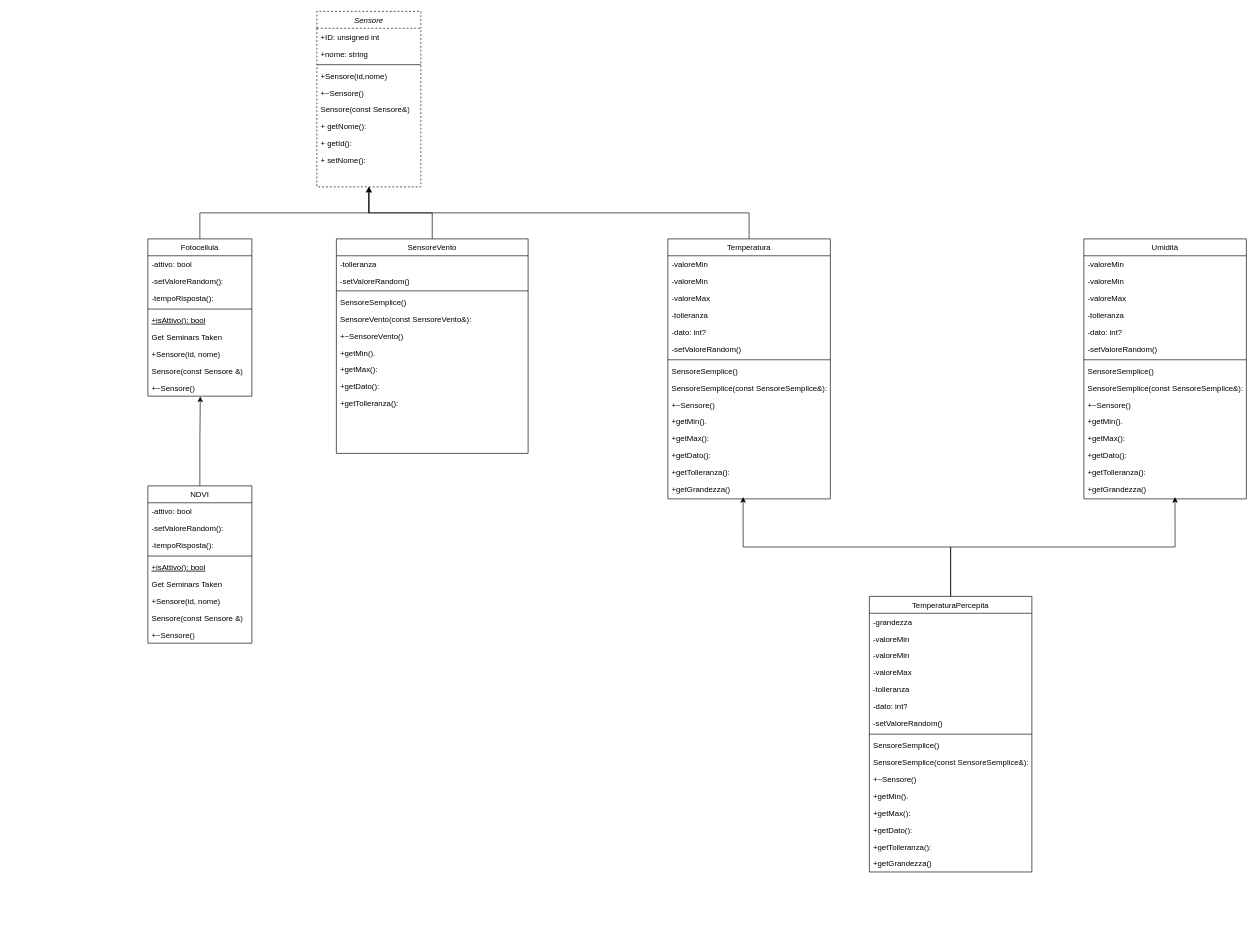
The draw.io diagram Pao2024lo.drawio in matteoumatche/PAO2024, before the edit. Source tidied: cells renumbered, new cells numbered last; positions are measured from the earlier drawing's top-left corner, leaving out a move shared by most shapes. Both pictures are drawn from the tidied source at 65%, with x=0, y=0 at pixel (148, 11).
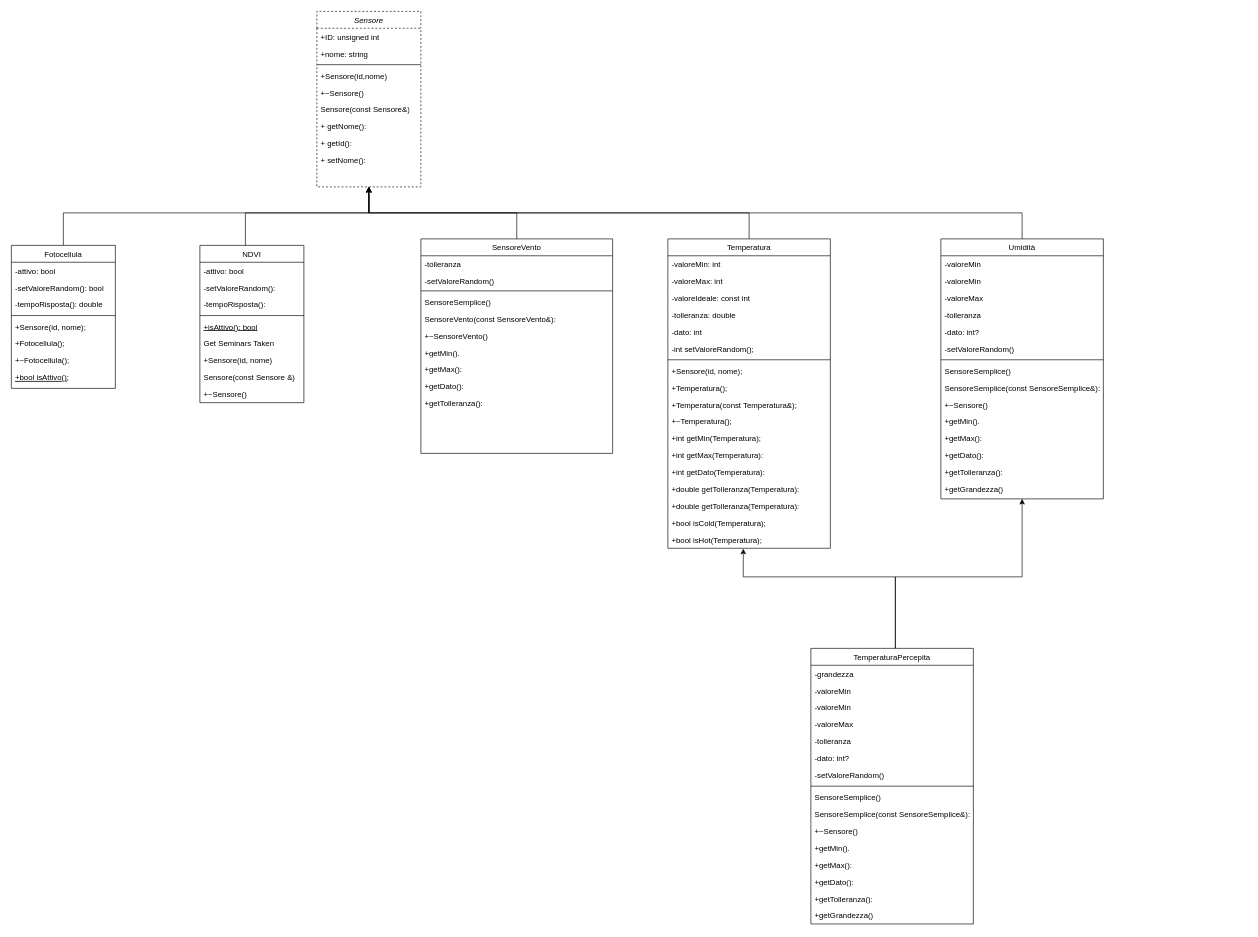
After the change.

The change refers to these unchanged cells:
```xml
<mxCell id="2" value="Sensore" style="swimlane;fontStyle=2;align=center;verticalAlign=top;horizontal=1;startSize=26;rounded=0;shadow=0;strokeWidth=1;dashed=1;" parent="1" vertex="1">
  <mxGeometry x="260" width="160" height="270" as="geometry" />
</mxCell>
<mxCell id="67" value="+getGrandezza()" style="text;strokeColor=none;fillColor=none;align=left;verticalAlign=top;spacingLeft=4;spacingRight=4;overflow=hidden;points=[[0,0.5],[1,0.5]];portConstraint=eastwest;whiteSpace=wrap;html=1;" parent="52" vertex="1">
  <mxGeometry y="372" width="250" height="26" as="geometry" />
</mxCell>
```

Diff of the diagram source:
```diff
@@
     <mxCell id="12" style="edgeStyle=orthogonalEdgeStyle;rounded=0;jettySize=auto;html=1;entryX=0.5;entryY=1;entryDx=0;entryDy=0;" parent="1" edge="1" source="13" target="2">
       <mxGeometry relative="1" as="geometry">
         <Array as="points">
-          <mxPoint x="80" y="310" />
+          <mxPoint x="-130" y="310" />
           <mxPoint x="340" y="310" />
         </Array>
       </mxGeometry>
     </mxCell>
     <mxCell id="13" value="Fotocellula" style="swimlane;fontStyle=0;align=center;verticalAlign=top;horizontal=1;startSize=26;rounded=0;shadow=0;strokeWidth=1;" parent="1" vertex="1">
-      <mxGeometry y="350" width="160" height="242" as="geometry" />
+      <mxGeometry x="-210" y="360" width="160" height="220" as="geometry" />
     </mxCell>
@@
-    <mxCell id="15" value="-setValoreRandom():" style="text;align=left;verticalAlign=top;spacingLeft=4;spacingRight=4;overflow=hidden;rounded=0;shadow=0;html=0;" parent="13" vertex="1">
+    <mxCell id="15" value="-setValoreRandom(): bool" style="text;align=left;verticalAlign=top;spacingLeft=4;spacingRight=4;overflow=hidden;rounded=0;shadow=0;html=0;" parent="13" vertex="1">
       <mxGeometry y="52" width="160" height="26" as="geometry" />
     </mxCell>
-    <mxCell id="16" value="-tempoRisposta():" style="text;align=left;verticalAlign=top;spacingLeft=4;spacingRight=4;overflow=hidden;rounded=0;shadow=0;html=0;" parent="13" vertex="1">
+    <mxCell id="16" value="-tempoRisposta(): double" style="text;align=left;verticalAlign=top;spacingLeft=4;spacingRight=4;overflow=hidden;rounded=0;shadow=0;html=0;" parent="13" vertex="1">
       <mxGeometry y="78" width="160" height="26" as="geometry" />
     </mxCell>
@@
+    <mxCell id="20" value="+Sensore(id, nome);" style="text;align=left;verticalAlign=top;spacingLeft=4;spacingRight=4;overflow=hidden;" parent="13" vertex="1">
+      <mxGeometry y="112" width="160" height="26" as="geometry" />
+    </mxCell>
+    <mxCell id="98" value="+Fotocellula();" style="text;align=left;verticalAlign=top;spacingLeft=4;spacingRight=4;overflow=hidden;" parent="13" vertex="1">
+      <mxGeometry y="138" width="160" height="26" as="geometry" />
+    </mxCell>
+    <mxCell id="99" value="+~Fotocellula();" style="text;align=left;verticalAlign=top;spacingLeft=4;spacingRight=4;overflow=hidden;" parent="13" vertex="1">
+      <mxGeometry y="164" width="160" height="26" as="geometry" />
+    </mxCell>
-    <mxCell id="18" value="+isAttivo(): bool" style="text;align=left;verticalAlign=top;spacingLeft=4;spacingRight=4;overflow=hidden;fontStyle=4;" parent="13" vertex="1">
-      <mxGeometry y="112" width="160" height="26" as="geometry" />
+    <mxCell id="18" value="+bool isAttivo();" style="text;align=left;verticalAlign=top;spacingLeft=4;spacingRight=4;overflow=hidden;fontStyle=4;" parent="13" vertex="1">
+      <mxGeometry y="190" width="160" height="26" as="geometry" />
     </mxCell>
-    <mxCell id="19" value="Get Seminars Taken" style="text;align=left;verticalAlign=top;spacingLeft=4;spacingRight=4;overflow=hidden;" parent="13" vertex="1">
-      <mxGeometry y="138" width="160" height="26" as="geometry" />
-    </mxCell>
-    <mxCell id="20" value="+Sensore(id, nome)" style="text;align=left;verticalAlign=top;spacingLeft=4;spacingRight=4;overflow=hidden;" parent="13" vertex="1">
-      <mxGeometry y="164" width="160" height="26" as="geometry" />
-    </mxCell>
-    <mxCell id="21" value="Sensore(const Sensore &amp;amp;)" style="text;strokeColor=none;fillColor=none;align=left;verticalAlign=top;spacingLeft=4;spacingRight=4;overflow=hidden;whiteSpace=wrap;html=1;" parent="13" vertex="1">
-      <mxGeometry y="190" width="160" height="26" as="geometry" />
-    </mxCell>
-    <mxCell id="22" value="+~Sensore()" style="text;align=left;verticalAlign=top;spacingLeft=4;spacingRight=4;overflow=hidden;points=[[0,0.5],[1,0.5]];portConstraint=eastwest;" parent="13" vertex="1">
-      <mxGeometry y="216" width="160" height="26" as="geometry" />
-    </mxCell>
@@
     <mxCell id="25" value="SensoreVento" style="swimlane;fontStyle=0;align=center;verticalAlign=top;horizontal=1;startSize=26;rounded=0;shadow=0;strokeWidth=1;" parent="1" vertex="1">
-      <mxGeometry x="290" y="350" width="295" height="330" as="geometry" />
+      <mxGeometry x="420" y="350" width="295" height="330" as="geometry" />
     </mxCell>
@@
     <mxCell id="36" value="Temperatura" style="swimlane;fontStyle=0;align=center;verticalAlign=top;horizontal=1;startSize=26;rounded=0;shadow=0;strokeWidth=1;" parent="1" vertex="1">
-      <mxGeometry x="800" y="350" width="250" height="400" as="geometry" />
+      <mxGeometry x="800" y="350" width="250" height="476" as="geometry" />
     </mxCell>
-    <mxCell id="37" value="-valoreMin" style="text;align=left;verticalAlign=top;spacingLeft=4;spacingRight=4;overflow=hidden;rounded=0;shadow=0;html=0;" parent="36" vertex="1">
+    <mxCell id="37" value="-valoreMin: int" style="text;align=left;verticalAlign=top;spacingLeft=4;spacingRight=4;overflow=hidden;rounded=0;shadow=0;html=0;" parent="36" vertex="1">
       <mxGeometry y="26" width="250" height="26" as="geometry" />
     </mxCell>
-    <mxCell id="38" value="-valoreMin" style="text;align=left;verticalAlign=top;spacingLeft=4;spacingRight=4;overflow=hidden;rounded=0;shadow=0;html=0;" parent="36" vertex="1">
-      <mxGeometry y="52" width="250" height="26" as="geometry" />
-    </mxCell>
-    <mxCell id="39" value="-valoreMax" style="text;align=left;verticalAlign=top;spacingLeft=4;spacingRight=4;overflow=hidden;rounded=0;shadow=0;html=0;" parent="36" vertex="1">
-      <mxGeometry y="78" width="250" height="26" as="geometry" />
+    <mxCell id="39" value="-valoreMax: int" style="text;align=left;verticalAlign=top;spacingLeft=4;spacingRight=4;overflow=hidden;rounded=0;shadow=0;html=0;" parent="36" vertex="1">
+      <mxGeometry y="52" width="250" height="26" as="geometry" />
     </mxCell>
+    <mxCell id="100" value="-valoreIdeale: const int" style="text;align=left;verticalAlign=top;spacingLeft=4;spacingRight=4;overflow=hidden;rounded=0;shadow=0;html=0;" parent="36" vertex="1">
+      <mxGeometry y="78" width="250" height="26" as="geometry" />
+    </mxCell>
-    <mxCell id="40" value="-tolleranza" style="text;align=left;verticalAlign=top;spacingLeft=4;spacingRight=4;overflow=hidden;rounded=0;shadow=0;html=0;" parent="36" vertex="1">
+    <mxCell id="40" value="-tolleranza: double" style="text;align=left;verticalAlign=top;spacingLeft=4;spacingRight=4;overflow=hidden;rounded=0;shadow=0;html=0;" parent="36" vertex="1">
       <mxGeometry y="104" width="250" height="26" as="geometry" />
     </mxCell>
-    <mxCell id="41" value="-dato: int?" style="text;strokeColor=none;fillColor=none;align=left;verticalAlign=top;spacingLeft=4;spacingRight=4;overflow=hidden;whiteSpace=wrap;html=1;" parent="36" vertex="1">
+    <mxCell id="41" value="-dato: int" style="text;strokeColor=none;fillColor=none;align=left;verticalAlign=top;spacingLeft=4;spacingRight=4;overflow=hidden;whiteSpace=wrap;html=1;" parent="36" vertex="1">
       <mxGeometry y="130" width="250" height="26" as="geometry" />
     </mxCell>
-    <mxCell id="42" value="-setValoreRandom()" style="text;align=left;verticalAlign=top;spacingLeft=4;spacingRight=4;overflow=hidden;rounded=0;shadow=0;html=0;" parent="36" vertex="1">
+    <mxCell id="42" value="-int setValoreRandom();" style="text;align=left;verticalAlign=top;spacingLeft=4;spacingRight=4;overflow=hidden;rounded=0;shadow=0;html=0;" parent="36" vertex="1">
       <mxGeometry y="156" width="250" height="26" as="geometry" />
     </mxCell>
@@
-    <mxCell id="44" value="SensoreSemplice()" style="text;align=left;verticalAlign=top;spacingLeft=4;spacingRight=4;overflow=hidden;" parent="36" vertex="1">
-      <mxGeometry y="190" width="250" height="26" as="geometry" />
-    </mxCell>
+    <mxCell id="101" value="+Sensore(id, nome);" style="text;align=left;verticalAlign=top;spacingLeft=4;spacingRight=4;overflow=hidden;" parent="36" vertex="1">
+      <mxGeometry y="190" width="250" height="26" as="geometry" />
+    </mxCell>
+    <mxCell id="102" value="+Temperatura();" style="text;align=left;verticalAlign=top;spacingLeft=4;spacingRight=4;overflow=hidden;" parent="36" vertex="1">
+      <mxGeometry y="216" width="250" height="26" as="geometry" />
+    </mxCell>
-    <mxCell id="45" value="SensoreSemplice(const SensoreSemplice&amp;):" style="text;align=left;verticalAlign=top;spacingLeft=4;spacingRight=4;overflow=hidden;" parent="36" vertex="1">
-      <mxGeometry y="216" width="250" height="26" as="geometry" />
+    <mxCell id="45" value="+Temperatura(const Temperatura&amp;);" style="text;align=left;verticalAlign=top;spacingLeft=4;spacingRight=4;overflow=hidden;" parent="36" vertex="1">
+      <mxGeometry y="242" width="250" height="26" as="geometry" />
     </mxCell>
-    <mxCell id="46" value="+~Sensore()" style="text;align=left;verticalAlign=top;spacingLeft=4;spacingRight=4;overflow=hidden;" parent="36" vertex="1">
-      <mxGeometry y="242" width="250" height="26" as="geometry" />
+    <mxCell id="46" value="+~Temperatura();" style="text;align=left;verticalAlign=top;spacingLeft=4;spacingRight=4;overflow=hidden;" parent="36" vertex="1">
+      <mxGeometry y="268" width="250" height="26" as="geometry" />
     </mxCell>
-    <mxCell id="47" value="+getMin()." style="text;strokeColor=none;fillColor=none;align=left;verticalAlign=top;spacingLeft=4;spacingRight=4;overflow=hidden;whiteSpace=wrap;html=1;" parent="36" vertex="1">
-      <mxGeometry y="268" width="250" height="26" as="geometry" />
+    <mxCell id="47" value="+int getMin(Temperatura);" style="text;strokeColor=none;fillColor=none;align=left;verticalAlign=top;spacingLeft=4;spacingRight=4;overflow=hidden;whiteSpace=wrap;html=1;" parent="36" vertex="1">
+      <mxGeometry y="294" width="250" height="26" as="geometry" />
     </mxCell>
-    <mxCell id="48" value="+getMax():" style="text;strokeColor=none;fillColor=none;align=left;verticalAlign=top;spacingLeft=4;spacingRight=4;overflow=hidden;whiteSpace=wrap;html=1;" parent="36" vertex="1">
-      <mxGeometry y="294" width="250" height="26" as="geometry" />
+    <mxCell id="48" value="+int getMax(Temperatura):" style="text;strokeColor=none;fillColor=none;align=left;verticalAlign=top;spacingLeft=4;spacingRight=4;overflow=hidden;whiteSpace=wrap;html=1;" parent="36" vertex="1">
+      <mxGeometry y="320" width="250" height="26" as="geometry" />
     </mxCell>
-    <mxCell id="49" value="+getDato():" style="text;strokeColor=none;fillColor=none;align=left;verticalAlign=top;spacingLeft=4;spacingRight=4;overflow=hidden;whiteSpace=wrap;html=1;" parent="36" vertex="1">
-      <mxGeometry y="320" width="250" height="26" as="geometry" />
+    <mxCell id="49" value="+int getDato(Temperatura):" style="text;strokeColor=none;fillColor=none;align=left;verticalAlign=top;spacingLeft=4;spacingRight=4;overflow=hidden;whiteSpace=wrap;html=1;" parent="36" vertex="1">
+      <mxGeometry y="346" width="250" height="26" as="geometry" />
     </mxCell>
-    <mxCell id="50" value="+getTolleranza():" style="text;strokeColor=none;fillColor=none;align=left;verticalAlign=top;spacingLeft=4;spacingRight=4;overflow=hidden;whiteSpace=wrap;html=1;" parent="36" vertex="1">
-      <mxGeometry y="346" width="250" height="26" as="geometry" />
+    <mxCell id="50" value="+double getTolleranza(Temperatura):" style="text;strokeColor=none;fillColor=none;align=left;verticalAlign=top;spacingLeft=4;spacingRight=4;overflow=hidden;whiteSpace=wrap;html=1;" parent="36" vertex="1">
+      <mxGeometry y="372" width="250" height="26" as="geometry" />
     </mxCell>
-    <mxCell id="51" value="+getGrandezza()" style="text;strokeColor=none;fillColor=none;align=left;verticalAlign=top;spacingLeft=4;spacingRight=4;overflow=hidden;points=[[0,0.5],[1,0.5]];portConstraint=eastwest;whiteSpace=wrap;html=1;" parent="36" vertex="1">
-      <mxGeometry y="372" width="250" height="26" as="geometry" />
-    </mxCell>
+    <mxCell id="103" value="+double getTolleranza(Temperatura):" style="text;strokeColor=none;fillColor=none;align=left;verticalAlign=top;spacingLeft=4;spacingRight=4;overflow=hidden;whiteSpace=wrap;html=1;" parent="36" vertex="1">
+      <mxGeometry y="398" width="250" height="26" as="geometry" />
+    </mxCell>
+    <mxCell id="104" value="&lt;div&gt;+bool isCold(Temperatura);&lt;/div&gt;" style="text;strokeColor=none;fillColor=none;align=left;verticalAlign=top;spacingLeft=4;spacingRight=4;overflow=hidden;whiteSpace=wrap;html=1;" parent="36" vertex="1">
+      <mxGeometry y="424" width="250" height="26" as="geometry" />
+    </mxCell>
+    <mxCell id="105" value="&lt;div&gt;+bool isHot(Temperatura);&lt;/div&gt;" style="text;strokeColor=none;fillColor=none;align=left;verticalAlign=top;spacingLeft=4;spacingRight=4;overflow=hidden;points=[[0,0.5],[1,0.5]];portConstraint=eastwest;whiteSpace=wrap;html=1;" parent="36" vertex="1">
+      <mxGeometry y="450" width="250" height="26" as="geometry" />
+    </mxCell>
+    <mxCell id="106" style="edgeStyle=orthogonalEdgeStyle;rounded=0;jettySize=auto;html=1;entryX=0.5;entryY=1;entryDx=0;entryDy=0;" parent="1" edge="1" source="52" target="2">
+      <mxGeometry relative="1" as="geometry">
+        <Array as="points">
+          <mxPoint x="1345" y="310" />
+          <mxPoint x="340" y="310" />
+        </Array>
+      </mxGeometry>
+    </mxCell>
     <mxCell id="52" value="Umidità" style="swimlane;fontStyle=0;align=center;verticalAlign=top;horizontal=1;startSize=26;rounded=0;shadow=0;strokeWidth=1;" parent="1" vertex="1">
-      <mxGeometry x="1440" y="350" width="250" height="400" as="geometry" />
+      <mxGeometry x="1220" y="350" width="250" height="400" as="geometry" />
     </mxCell>
@@
+    <mxCell id="107" style="edgeStyle=orthogonalEdgeStyle;rounded=0;jettySize=auto;html=1;entryX=0.5;entryY=1;entryDx=0;entryDy=0;" parent="1" edge="1" source="68" target="52">
+      <mxGeometry relative="1" as="geometry">
+        <Array as="points">
+          <mxPoint x="1150" y="870" />
+          <mxPoint x="1345" y="870" />
+        </Array>
+      </mxGeometry>
+    </mxCell>
     <mxCell id="68" value="TemperaturaPercepita" style="swimlane;fontStyle=0;align=center;verticalAlign=top;horizontal=1;startSize=26;rounded=0;shadow=0;strokeWidth=1;" parent="1" vertex="1">
-      <mxGeometry x="1110" y="900" width="250" height="424" as="geometry" />
+      <mxGeometry x="1020" y="980" width="250" height="424" as="geometry" />
     </mxCell>
@@
-    <mxCell id="85" style="edgeStyle=orthogonalEdgeStyle;rounded=0;jettySize=auto;html=1;entryX=0.561;entryY=0.971;entryDx=0;entryDy=0;entryPerimeter=0;" parent="1" edge="1" source="68" target="67">
-      <mxGeometry relative="1" as="geometry" />
-    </mxCell>
-    <mxCell id="86" style="edgeStyle=orthogonalEdgeStyle;rounded=0;jettySize=auto;html=1;entryX=0.463;entryY=0.971;entryDx=0;entryDy=0;entryPerimeter=0;" parent="1" edge="1" source="68" target="51">
-      <mxGeometry relative="1" as="geometry" />
-    </mxCell>
+    <mxCell id="108" style="edgeStyle=orthogonalEdgeStyle;rounded=0;jettySize=auto;html=1;entryX=0.5;entryY=1;entryDx=0;entryDy=0;" parent="1" edge="1" source="87" target="2">
+      <mxGeometry relative="1" as="geometry">
+        <Array as="points">
+          <mxPoint x="150" y="310" />
+          <mxPoint x="340" y="310" />
+        </Array>
+      </mxGeometry>
+    </mxCell>
     <mxCell id="87" value="NDVI" style="swimlane;fontStyle=0;align=center;verticalAlign=top;horizontal=1;startSize=26;rounded=0;shadow=0;strokeWidth=1;" parent="1" vertex="1">
-      <mxGeometry y="730" width="160" height="242" as="geometry" />
+      <mxGeometry x="80" y="360" width="160" height="242" as="geometry" />
     </mxCell>
@@
-    <mxCell id="97" style="edgeStyle=orthogonalEdgeStyle;rounded=0;jettySize=auto;html=1;entryX=0.504;entryY=1.015;entryDx=0;entryDy=0;entryPerimeter=0;" parent="1" edge="1" source="87" target="22">
-      <mxGeometry relative="1" as="geometry" />
-    </mxCell>
+    <mxCell id="109" style="edgeStyle=orthogonalEdgeStyle;rounded=0;jettySize=auto;html=1;entryX=0.464;entryY=1.023;entryDx=0;entryDy=0;entryPerimeter=0;" parent="1" edge="1" source="68" target="105">
+      <mxGeometry relative="1" as="geometry">
+        <Array as="points">
+          <mxPoint x="1150" y="870" />
+          <mxPoint x="916" y="870" />
+        </Array>
+      </mxGeometry>
+    </mxCell>
```
